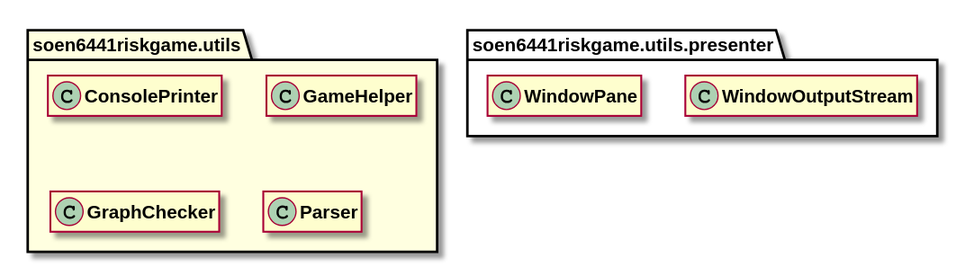
Earlier version of the PlantUML export docs/javadocs/soen6441riskgame/utils/package-summary.svg (huntertran/soen6441-riskgame).
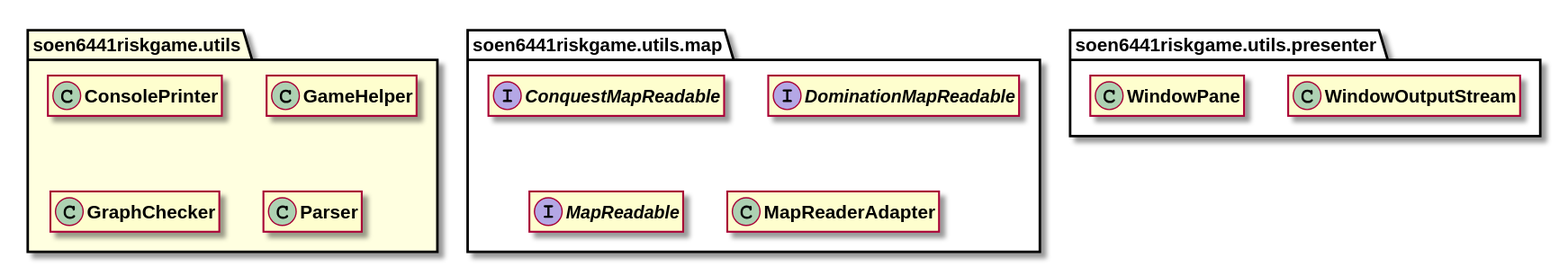
Later version of the same file.

What changed in the source:
```diff
@@ -29,6 +29,33 @@
 hide soen6441riskgame.utils.Parser fields
 hide soen6441riskgame.utils.Parser methods
 
+package soen6441riskgame.utils.map [[../../soen6441riskgame/utils/map/package-summary.html{soen6441riskgame.utils.map}]] {
+}
+
+interface "<b><size:14>ConquestMapReadable</b>" as soen6441riskgame.utils.map.ConquestMapReadable  [[../../soen6441riskgame/utils/map/ConquestMapReadable.html{soen6441riskgame.utils.map.ConquestMapReadable}]] {
+}
+
+hide soen6441riskgame.utils.map.ConquestMapReadable fields
+hide soen6441riskgame.utils.map.ConquestMapReadable methods
+
+interface "<b><size:14>DominationMapReadable</b>" as soen6441riskgame.utils.map.DominationMapReadable  [[../../soen6441riskgame/utils/map/DominationMapReadable.html{soen6441riskgame.utils.map.DominationMapReadable}]] {
+}
+
+hide soen6441riskgame.utils.map.DominationMapReadable fields
+hide soen6441riskgame.utils.map.DominationMapReadable methods
+
+interface "<b><size:14>MapReadable</b>" as soen6441riskgame.utils.map.MapReadable  [[../../soen6441riskgame/utils/map/MapReadable.html{soen6441riskgame.utils.map.MapReadable}]] {
+}
+
+hide soen6441riskgame.utils.map.MapReadable fields
+hide soen6441riskgame.utils.map.MapReadable methods
+
+class "<b><size:14>MapReaderAdapter</b>" as soen6441riskgame.utils.map.MapReaderAdapter  [[../../soen6441riskgame/utils/map/MapReaderAdapter.html{soen6441riskgame.utils.map.MapReaderAdapter}]] {
+}
+
+hide soen6441riskgame.utils.map.MapReaderAdapter fields
+hide soen6441riskgame.utils.map.MapReaderAdapter methods
+
 package soen6441riskgame.utils.presenter [[../../soen6441riskgame/utils/presenter/package-summary.html{soen6441riskgame.utils.presenter}]] {
 }
 
```
